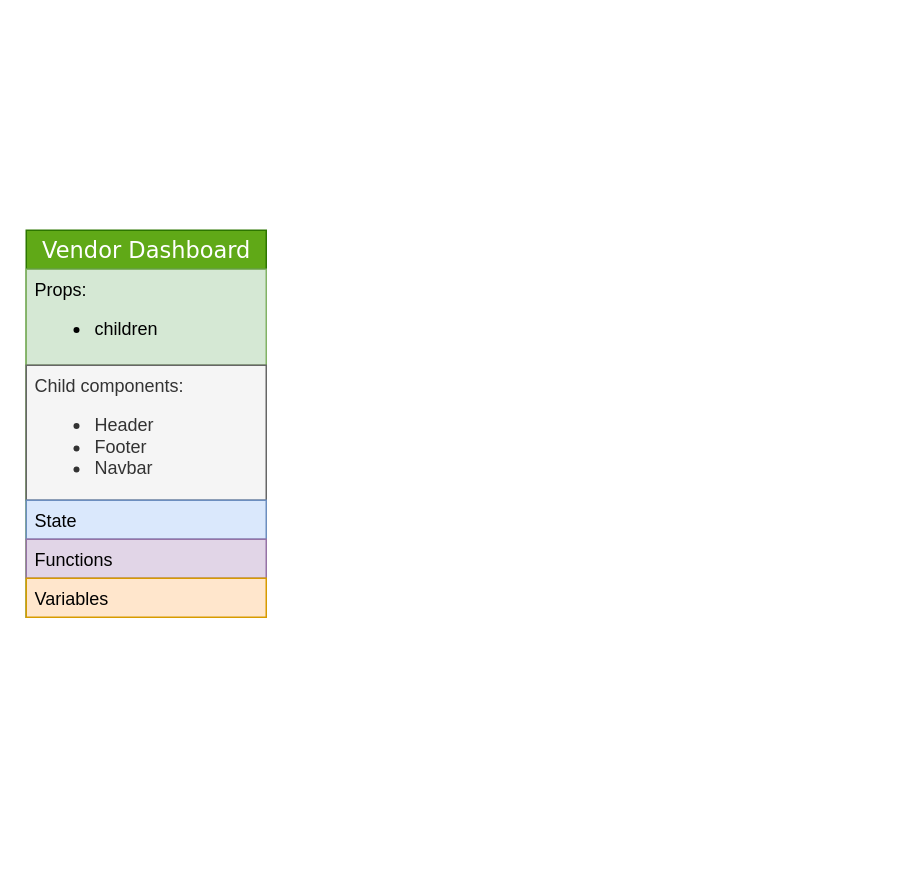
Above: page "Vendor Dashboard Flow" (2 of 2) of project-files/wim-frontend-component-architeture.drawio in Evolving-Software/wim-uml (draw.io), before the change. Source tidied: cells renumbered, new cells numbered last; positions are measured from the earlier drawing's top-left corner, leaving out a move shared by most shapes. Both pictures are drawn from the tidied source at 150%, with x=0, y=0 at pixel (26, 230).
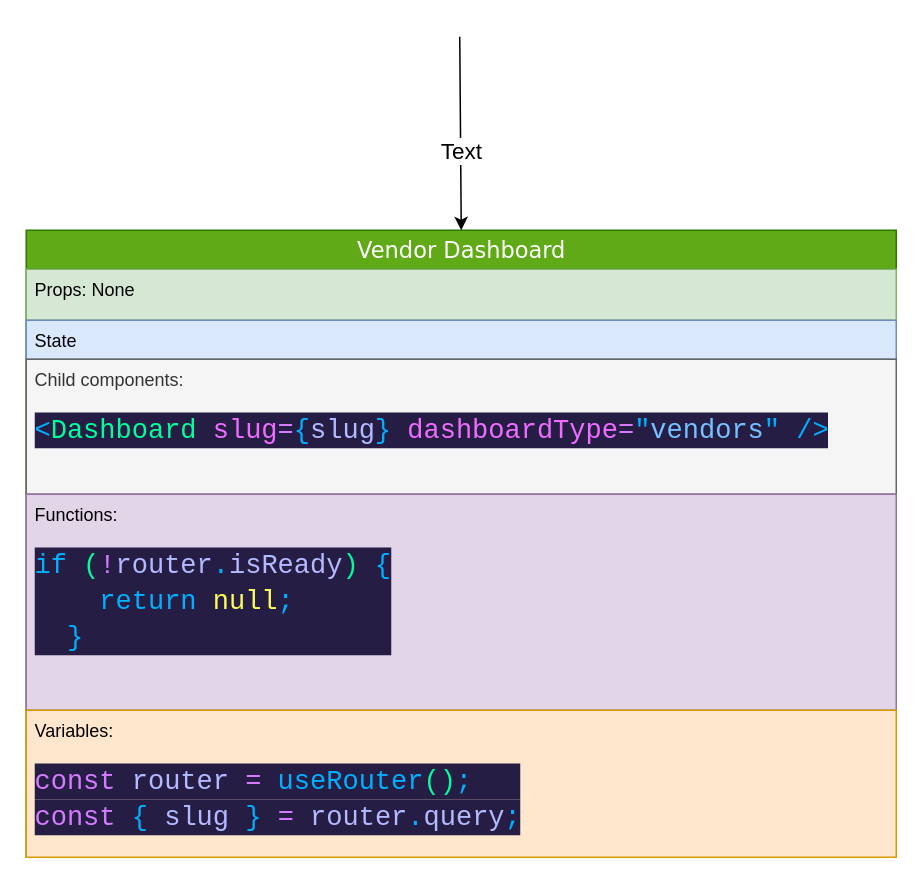
After the change.

Commit message:
Add Vendor Dashboard  wim-frontend-component-architeture.drawio

The edit, as a diff of the source:
```diff
@@
 <mxGraphModel>
   <root>
     <mxCell id="0" />
     <mxCell id="1" parent="0" />
     <mxCell id="2" value="Vendor Dashboard" style="swimlane;html=1;fontStyle=0;horizontal=1;startSize=26;fillColor=#60a917;swimlaneFillColor=#ffffff;rounded=0;shadow=0;comic=0;labelBackgroundColor=none;strokeWidth=1;fontFamily=Verdana;fontSize=15;align=center;strokeColor=#2D7600;fontColor=#ffffff;" parent="1" vertex="1">
-      <mxGeometry width="160" height="258" as="geometry" />
+      <mxGeometry width="580" height="418" as="geometry" />
     </mxCell>
-    <mxCell id="3" value="Props:&lt;br&gt;&lt;ul&gt;&lt;li&gt;children&lt;/li&gt;&lt;/ul&gt;" style="text;html=1;strokeColor=#82b366;align=left;verticalAlign=top;spacingLeft=4;spacingRight=4;whiteSpace=wrap;overflow=hidden;sketch=0;rounded=0;fillColor=#d5e8d4;" parent="2" vertex="1">
-      <mxGeometry y="26" width="160" height="64" as="geometry" />
+    <mxCell id="3" value="Props: None" style="text;html=1;strokeColor=#82b366;align=left;verticalAlign=top;spacingLeft=4;spacingRight=4;whiteSpace=wrap;overflow=hidden;sketch=0;rounded=0;fillColor=#d5e8d4;" parent="2" vertex="1">
+      <mxGeometry y="26" width="580" height="34" as="geometry" />
     </mxCell>
+    <mxCell id="5" value="State" style="text;html=1;strokeColor=#6c8ebf;fillColor=#dae8fc;align=left;verticalAlign=top;spacingLeft=4;spacingRight=4;whiteSpace=wrap;overflow=hidden;" parent="2" vertex="1">
+      <mxGeometry y="60" width="580" height="26" as="geometry" />
+    </mxCell>
-    <mxCell id="4" value="Child components:&lt;br&gt;&lt;ul&gt;&lt;li&gt;Header&lt;/li&gt;&lt;li&gt;Footer&lt;/li&gt;&lt;li&gt;Navbar&lt;/li&gt;&lt;/ul&gt;" style="text;html=1;strokeColor=#666666;align=left;verticalAlign=top;spacingLeft=4;spacingRight=4;whiteSpace=wrap;overflow=hidden;sketch=0;rounded=0;fillColor=#f5f5f5;fontColor=#333333;" parent="2" vertex="1">
-      <mxGeometry y="90" width="160" height="90" as="geometry" />
+    <mxCell id="4" value="Child components:&lt;br&gt;&lt;br&gt;&lt;div&gt;&lt;div style=&quot;color: rgb(0 , 255 , 156) ; background-color: rgb(38 , 29 , 69) ; font-family: &amp;#34;consolas&amp;#34; , &amp;#34;courier new&amp;#34; , monospace ; font-size: 18px ; line-height: 24px&quot;&gt;&lt;span style=&quot;color: #00b0ff&quot;&gt;&amp;lt;&lt;/span&gt;Dashboard&lt;span style=&quot;color: #00b0ff&quot;&gt;&amp;nbsp;&lt;/span&gt;&lt;span style=&quot;color: #ee6dff&quot;&gt;slug&lt;/span&gt;&lt;span style=&quot;color: #d57bff&quot;&gt;=&lt;/span&gt;&lt;span style=&quot;color: #00b0ff&quot;&gt;{&lt;/span&gt;&lt;span style=&quot;color: #b4baff&quot;&gt;slug&lt;/span&gt;&lt;span style=&quot;color: #00b0ff&quot;&gt;}&amp;nbsp;&lt;/span&gt;&lt;span style=&quot;color: #ee6dff&quot;&gt;dashboardType&lt;/span&gt;&lt;span style=&quot;color: #d57bff&quot;&gt;=&lt;/span&gt;&lt;span style=&quot;color: #00b0ff&quot;&gt;&quot;&lt;/span&gt;&lt;span style=&quot;color: #76c1ff&quot;&gt;vendors&lt;/span&gt;&lt;span style=&quot;color: #00b0ff&quot;&gt;&quot;&lt;/span&gt;&lt;span style=&quot;color: #00b0ff&quot;&gt;&amp;nbsp;&lt;/span&gt;&lt;span style=&quot;color: #00b0ff&quot;&gt;/&amp;gt;&lt;/span&gt;&lt;/div&gt;&lt;/div&gt;" style="text;html=1;strokeColor=#666666;align=left;verticalAlign=top;spacingLeft=4;spacingRight=4;whiteSpace=wrap;overflow=hidden;sketch=0;rounded=0;fillColor=#f5f5f5;fontColor=#333333;" parent="2" vertex="1">
+      <mxGeometry y="86" width="580" height="90" as="geometry" />
     </mxCell>
-    <mxCell id="5" value="State" style="text;html=1;strokeColor=#6c8ebf;fillColor=#dae8fc;align=left;verticalAlign=top;spacingLeft=4;spacingRight=4;whiteSpace=wrap;overflow=hidden;" parent="2" vertex="1">
-      <mxGeometry y="180" width="160" height="26" as="geometry" />
-    </mxCell>
-    <mxCell id="6" value="Functions&lt;br&gt;" style="text;html=1;strokeColor=#9673a6;fillColor=#e1d5e7;align=left;verticalAlign=top;spacingLeft=4;spacingRight=4;whiteSpace=wrap;overflow=hidden;" parent="2" vertex="1">
-      <mxGeometry y="206" width="160" height="26" as="geometry" />
+    <mxCell id="6" value="Functions:&lt;br&gt;&lt;br&gt;&lt;div style=&quot;color: rgb(0 , 255 , 156) ; background-color: rgb(38 , 29 , 69) ; font-family: &amp;quot;consolas&amp;quot; , &amp;quot;courier new&amp;quot; , monospace ; font-size: 18px ; line-height: 24px&quot;&gt;&lt;div&gt;&lt;span style=&quot;color: #00b0ff&quot;&gt;if&lt;/span&gt;&amp;nbsp;(&lt;span style=&quot;color: #d57bff&quot;&gt;!&lt;/span&gt;&lt;span style=&quot;color: #b4baff&quot;&gt;router&lt;/span&gt;&lt;span style=&quot;color: #00b0ff&quot;&gt;.&lt;/span&gt;&lt;span style=&quot;color: #b4baff&quot;&gt;isReady&lt;/span&gt;)&amp;nbsp;&lt;span style=&quot;color: #00b0ff&quot;&gt;{&lt;/span&gt;&lt;/div&gt;&lt;div&gt;&amp;nbsp;&amp;nbsp;&amp;nbsp;&amp;nbsp;&lt;span style=&quot;color: #00b0ff&quot;&gt;return&lt;/span&gt;&amp;nbsp;&lt;span style=&quot;color: #fffc58&quot;&gt;null&lt;/span&gt;&lt;span style=&quot;color: #00b0ff&quot;&gt;;&lt;/span&gt;&lt;/div&gt;&lt;div&gt;&amp;nbsp;&amp;nbsp;&lt;span style=&quot;color: #00b0ff&quot;&gt;}&lt;/span&gt;&lt;/div&gt;&lt;/div&gt;" style="text;html=1;strokeColor=#9673a6;fillColor=#e1d5e7;align=left;verticalAlign=top;spacingLeft=4;spacingRight=4;whiteSpace=wrap;overflow=hidden;" parent="2" vertex="1">
+      <mxGeometry y="176" width="580" height="144" as="geometry" />
     </mxCell>
-    <mxCell id="7" value="Variables&amp;nbsp;" style="text;html=1;strokeColor=#d79b00;fillColor=#ffe6cc;align=left;verticalAlign=top;spacingLeft=4;spacingRight=4;whiteSpace=wrap;overflow=hidden;" parent="2" vertex="1">
-      <mxGeometry y="232" width="160" height="26" as="geometry" />
+    <mxCell id="7" value="Variables:&lt;br&gt;&lt;br&gt;&lt;div style=&quot;color: rgb(0 , 255 , 156) ; background-color: rgb(38 , 29 , 69) ; font-family: &amp;#34;consolas&amp;#34; , &amp;#34;courier new&amp;#34; , monospace ; font-size: 18px ; line-height: 24px&quot;&gt;&lt;span style=&quot;color: #d57bff&quot;&gt;const&lt;/span&gt;&amp;nbsp;&lt;span style=&quot;color: #b4baff&quot;&gt;router&lt;/span&gt;&amp;nbsp;&lt;span style=&quot;color: #d57bff&quot;&gt;=&lt;/span&gt;&amp;nbsp;&lt;span style=&quot;color: #00b0ff&quot;&gt;useRouter&lt;/span&gt;()&lt;span style=&quot;color: #00b0ff&quot;&gt;;&lt;/span&gt;&lt;/div&gt;&lt;div style=&quot;color: rgb(0 , 255 , 156) ; background-color: rgb(38 , 29 , 69) ; font-family: &amp;#34;consolas&amp;#34; , &amp;#34;courier new&amp;#34; , monospace ; font-size: 18px ; line-height: 24px&quot;&gt;&lt;div style=&quot;line-height: 24px&quot;&gt;&lt;span style=&quot;color: #d57bff&quot;&gt;const&lt;/span&gt;&amp;nbsp;&lt;span style=&quot;color: #00b0ff&quot;&gt;{&lt;/span&gt;&amp;nbsp;&lt;span style=&quot;color: #b4baff&quot;&gt;slug&lt;/span&gt;&amp;nbsp;&lt;span style=&quot;color: #00b0ff&quot;&gt;}&lt;/span&gt;&amp;nbsp;&lt;span style=&quot;color: #d57bff&quot;&gt;=&lt;/span&gt;&amp;nbsp;&lt;span style=&quot;color: #b4baff&quot;&gt;router&lt;/span&gt;&lt;span style=&quot;color: #00b0ff&quot;&gt;.&lt;/span&gt;&lt;span style=&quot;color: #b4baff&quot;&gt;query&lt;/span&gt;&lt;span style=&quot;color: #00b0ff&quot;&gt;;&lt;/span&gt;&lt;/div&gt;&lt;/div&gt;" style="text;html=1;strokeColor=#d79b00;fillColor=#ffe6cc;align=left;verticalAlign=top;spacingLeft=4;spacingRight=4;whiteSpace=wrap;overflow=hidden;" parent="2" vertex="1">
+      <mxGeometry y="320" width="580" height="98" as="geometry" />
     </mxCell>
+    <mxCell id="8" style="endArrow=classic;html=1;fontSize=15;entryX=0.5;entryY=0;entryDx=0;entryDy=0;" parent="1" edge="1" target="2">
+      <mxGeometry relative="1" as="geometry">
+        <mxPoint x="289" y="-129" as="sourcePoint" />
+      </mxGeometry>
+    </mxCell>
+    <mxCell id="9" value="Text" style="edgeLabel;html=1;align=center;verticalAlign=middle;fontSize=15;" parent="8" vertex="1">
+      <mxGeometry x="0.18" relative="1" as="geometry" />
+    </mxCell>
   </root>
 </mxGraphModel>
```
